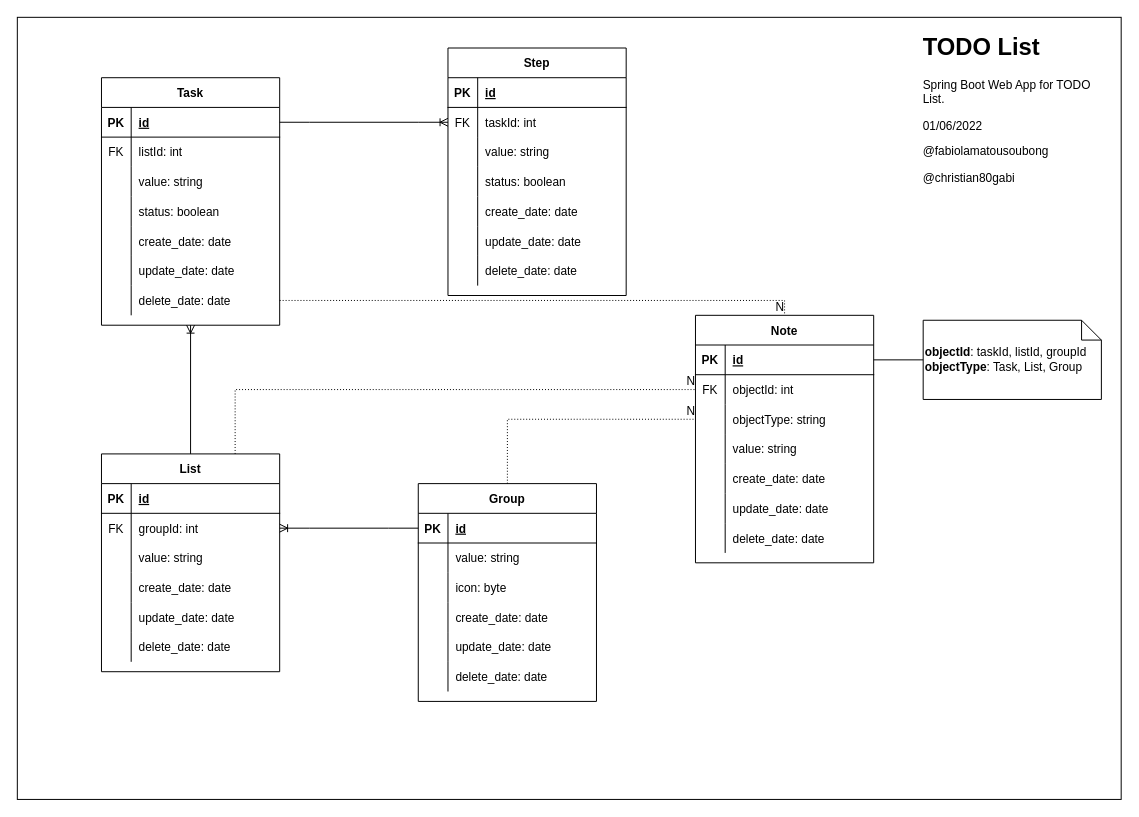
Above: docs/TODO_List.drawio in christian80gabi/TODOList_springboot (draw.io), before the change. Source tidied: cells renumbered, new cells numbered last; positions are measured from the earlier drawing's top-left corner, leaving out a move shared by most shapes. Both pictures are drawn from the tidied source at 99%, with x=0, y=0 at pixel (17, 17).
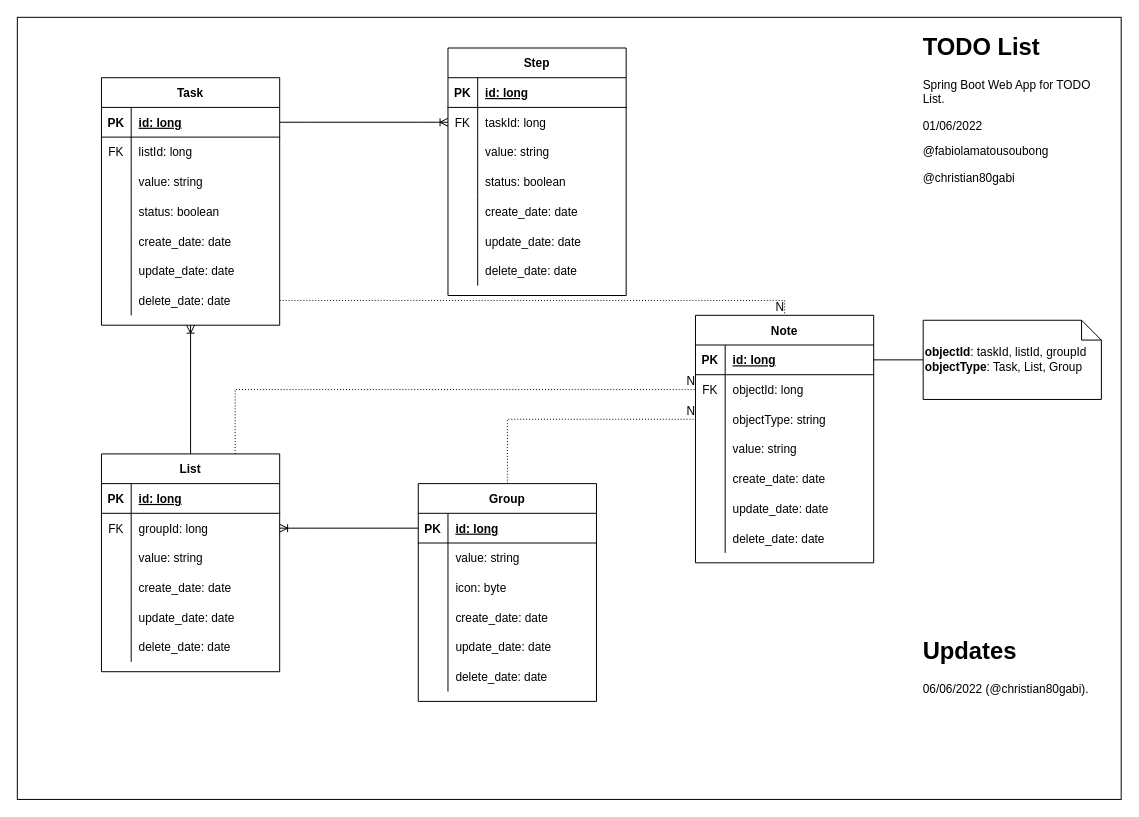
The same diagram, later.

The change refers to these unchanged cells:
```xml
<mxCell id="4" style="shape=tableRow;horizontal=0;startSize=0;swimlaneHead=0;swimlaneBody=0;fillColor=none;points=[[0,0.5],[1,0.5]];portConstraint=eastwest;top=0;left=0;right=0;bottom=1;" parent="3" vertex="1">
  <mxGeometry y="30" width="180" height="30" as="geometry" />
</mxCell>
<mxCell id="7" style="shape=tableRow;horizontal=0;startSize=0;swimlaneHead=0;swimlaneBody=0;fillColor=none;top=0;left=0;right=0;bottom=0;" parent="3" vertex="1">
  <mxGeometry y="60" width="180" height="30" as="geometry" />
</mxCell>
<mxCell id="26" style="shape=tableRow;horizontal=0;startSize=0;swimlaneHead=0;swimlaneBody=0;fillColor=none;top=0;left=0;right=0;bottom=1;" parent="25" vertex="1">
  <mxGeometry y="30" width="180" height="30" as="geometry" />
</mxCell>
<mxCell id="29" style="shape=tableRow;horizontal=0;startSize=0;swimlaneHead=0;swimlaneBody=0;fillColor=none;points=[[0,0.5],[1,0.5]];portConstraint=eastwest;top=0;left=0;right=0;bottom=0;" parent="25" vertex="1">
  <mxGeometry y="60" width="180" height="30" as="geometry" />
</mxCell>
<mxCell id="48" style="shape=tableRow;horizontal=0;startSize=0;swimlaneHead=0;swimlaneBody=0;fillColor=none;top=0;left=0;right=0;bottom=1;" parent="47" vertex="1">
  <mxGeometry y="30" width="180" height="30" as="geometry" />
</mxCell>
<mxCell id="51" style="shape=tableRow;horizontal=0;startSize=0;swimlaneHead=0;swimlaneBody=0;fillColor=none;points=[[0,0.5],[1,0.5]];portConstraint=eastwest;top=0;left=0;right=0;bottom=0;" parent="47" vertex="1">
  <mxGeometry y="60" width="180" height="30" as="geometry" />
</mxCell>
<mxCell id="67" style="shape=tableRow;horizontal=0;startSize=0;swimlaneHead=0;swimlaneBody=0;fillColor=none;points=[[0,0.5],[1,0.5]];portConstraint=eastwest;top=0;left=0;right=0;bottom=1;" parent="66" vertex="1">
  <mxGeometry y="30" width="180" height="30" as="geometry" />
</mxCell>
<mxCell id="86" style="shape=tableRow;horizontal=0;startSize=0;swimlaneHead=0;swimlaneBody=0;fillColor=none;points=[[0,0.5],[1,0.5]];portConstraint=eastwest;top=0;left=0;right=0;bottom=1;" parent="85" vertex="1">
  <mxGeometry y="30" width="180" height="30" as="geometry" />
</mxCell>
<mxCell id="89" style="shape=tableRow;horizontal=0;startSize=0;swimlaneHead=0;swimlaneBody=0;fillColor=none;points=[[0,0.5],[1,0.5]];portConstraint=eastwest;top=0;left=0;right=0;bottom=0;" parent="85" vertex="1">
  <mxGeometry y="60" width="180" height="30" as="geometry" />
</mxCell>
```

Change to the diagram source:
```diff
@@
-    <mxCell id="6" value="id" style="shape=partialRectangle;fillColor=none;top=0;left=0;bottom=0;right=0;align=left;spacingLeft=6;fontStyle=5;overflow=hidden;" parent="4" vertex="1">
+    <mxCell id="6" value="id: long" style="shape=partialRectangle;fillColor=none;top=0;left=0;bottom=0;right=0;align=left;spacingLeft=6;fontStyle=5;overflow=hidden;" parent="4" vertex="1">
       <mxGeometry x="30" width="150" height="30" as="geometry" />
     </mxCell>
@@
-    <mxCell id="9" value="listId: int" style="shape=partialRectangle;fillColor=none;top=0;left=0;bottom=0;right=0;align=left;spacingLeft=6;overflow=hidden;" parent="7" vertex="1">
+    <mxCell id="9" value="listId: long" style="shape=partialRectangle;fillColor=none;top=0;left=0;bottom=0;right=0;align=left;spacingLeft=6;overflow=hidden;" parent="7" vertex="1">
       <mxGeometry x="30" width="150" height="30" as="geometry" />
     </mxCell>
@@
-    <mxCell id="28" value="id" style="shape=partialRectangle;fillColor=none;top=0;left=0;bottom=0;right=0;align=left;spacingLeft=6;fontStyle=5;overflow=hidden;" parent="26" vertex="1">
+    <mxCell id="28" value="id: long" style="shape=partialRectangle;fillColor=none;top=0;left=0;bottom=0;right=0;align=left;spacingLeft=6;fontStyle=5;overflow=hidden;" parent="26" vertex="1">
       <mxGeometry x="30" width="150" height="30" as="geometry" />
     </mxCell>
@@
-    <mxCell id="31" value="taskId: int" style="shape=partialRectangle;fillColor=none;top=0;left=0;bottom=0;right=0;align=left;spacingLeft=6;overflow=hidden;" parent="29" vertex="1">
+    <mxCell id="31" value="taskId: long" style="shape=partialRectangle;fillColor=none;top=0;left=0;bottom=0;right=0;align=left;spacingLeft=6;overflow=hidden;" parent="29" vertex="1">
       <mxGeometry x="30" width="150" height="30" as="geometry" />
     </mxCell>
@@
-    <mxCell id="50" value="id" style="shape=partialRectangle;fillColor=none;top=0;left=0;bottom=0;right=0;align=left;spacingLeft=6;fontStyle=5;overflow=hidden;" parent="48" vertex="1">
+    <mxCell id="50" value="id: long" style="shape=partialRectangle;fillColor=none;top=0;left=0;bottom=0;right=0;align=left;spacingLeft=6;fontStyle=5;overflow=hidden;" parent="48" vertex="1">
       <mxGeometry x="30" width="150" height="30" as="geometry" />
     </mxCell>
@@
-    <mxCell id="53" value="groupId: int" style="shape=partialRectangle;fillColor=none;top=0;left=0;bottom=0;right=0;align=left;spacingLeft=6;overflow=hidden;" parent="51" vertex="1">
+    <mxCell id="53" value="groupId: long" style="shape=partialRectangle;fillColor=none;top=0;left=0;bottom=0;right=0;align=left;spacingLeft=6;overflow=hidden;" parent="51" vertex="1">
       <mxGeometry x="30" width="150" height="30" as="geometry" />
     </mxCell>
@@
-    <mxCell id="69" value="id" style="shape=partialRectangle;fillColor=none;top=0;left=0;bottom=0;right=0;align=left;spacingLeft=6;fontStyle=5;overflow=hidden;" parent="67" vertex="1">
+    <mxCell id="69" value="id: long" style="shape=partialRectangle;fillColor=none;top=0;left=0;bottom=0;right=0;align=left;spacingLeft=6;fontStyle=5;overflow=hidden;" parent="67" vertex="1">
       <mxGeometry x="30" width="150" height="30" as="geometry" />
     </mxCell>
@@
-    <mxCell id="88" value="id" style="shape=partialRectangle;fillColor=none;top=0;left=0;bottom=0;right=0;align=left;spacingLeft=6;fontStyle=5;overflow=hidden;" parent="86" vertex="1">
+    <mxCell id="88" value="id: long" style="shape=partialRectangle;fillColor=none;top=0;left=0;bottom=0;right=0;align=left;spacingLeft=6;fontStyle=5;overflow=hidden;" parent="86" vertex="1">
       <mxGeometry x="30" width="150" height="30" as="geometry" />
     </mxCell>
@@
-    <mxCell id="91" value="objectId: int" style="shape=partialRectangle;fillColor=none;top=0;left=0;bottom=0;right=0;align=left;spacingLeft=6;overflow=hidden;" parent="89" vertex="1">
+    <mxCell id="91" value="objectId: long" style="shape=partialRectangle;fillColor=none;top=0;left=0;bottom=0;right=0;align=left;spacingLeft=6;overflow=hidden;" parent="89" vertex="1">
       <mxGeometry x="30" width="150" height="30" as="geometry" />
     </mxCell>
@@
+    <mxCell id="119" value="&lt;h1&gt;Updates&lt;/h1&gt;&lt;p&gt;06/06/2022 (@christian80gabi).&lt;/p&gt;" style="text;html=1;strokeColor=none;fillColor=none;spacing=5;spacingTop=-20;whiteSpace=wrap;overflow=hidden;rounded=0;" parent="1" vertex="1">
+      <mxGeometry x="910" y="621" width="190" height="120" as="geometry" />
+    </mxCell>
```
